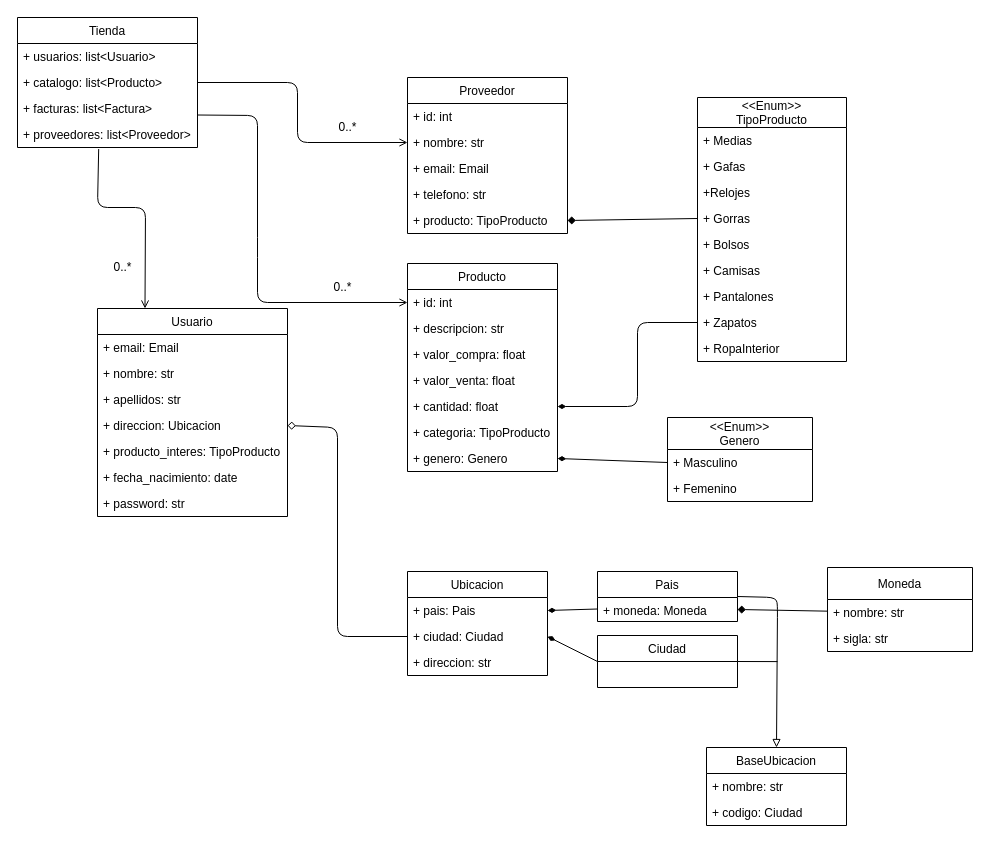
miguelgomezg/Gucci keeps this draw.io diagram as diagrams/Gucci.drawio. Above is the earlier version. Source tidied: cells renumbered, new cells numbered last; positions are measured from the earlier drawing's top-left corner, leaving out a move shared by most shapes. Both pictures are drawn from the tidied source at 100%, with x=0, y=0 at pixel (17, 17).
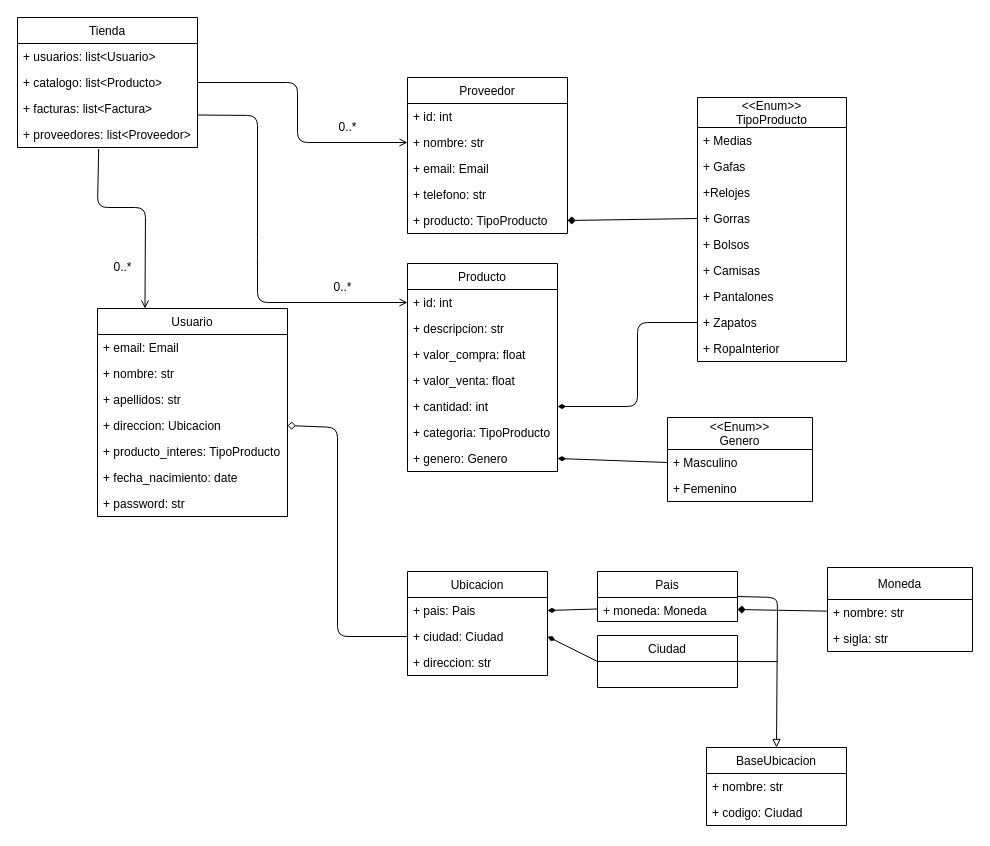
The same diagram, later.

Commit message:
Ajustes en diagrama

The change refers to these unchanged cells:
```xml
<mxCell id="12" value="Producto" style="swimlane;fontStyle=0;horizontal=1;startSize=26;fillColor=none;" parent="1" vertex="1">
  <mxGeometry x="390" y="246" width="150" height="208" as="geometry" />
</mxCell>
```

Change to the diagram source:
```diff
@@
-    <mxCell id="17" value="+ cantidad: float" style="text;strokeColor=none;fillColor=none;align=left;verticalAlign=top;spacingLeft=4;spacingRight=4;overflow=hidden;points=[[0,0.5],[1,0.5]];portConstraint=eastwest;" parent="12" vertex="1">
+    <mxCell id="17" value="+ cantidad: int" style="text;strokeColor=none;fillColor=none;align=left;verticalAlign=top;spacingLeft=4;spacingRight=4;overflow=hidden;points=[[0,0.5],[1,0.5]];portConstraint=eastwest;" parent="12" vertex="1">
       <mxGeometry y="130" width="150" height="26" as="geometry" />
     </mxCell>
```
